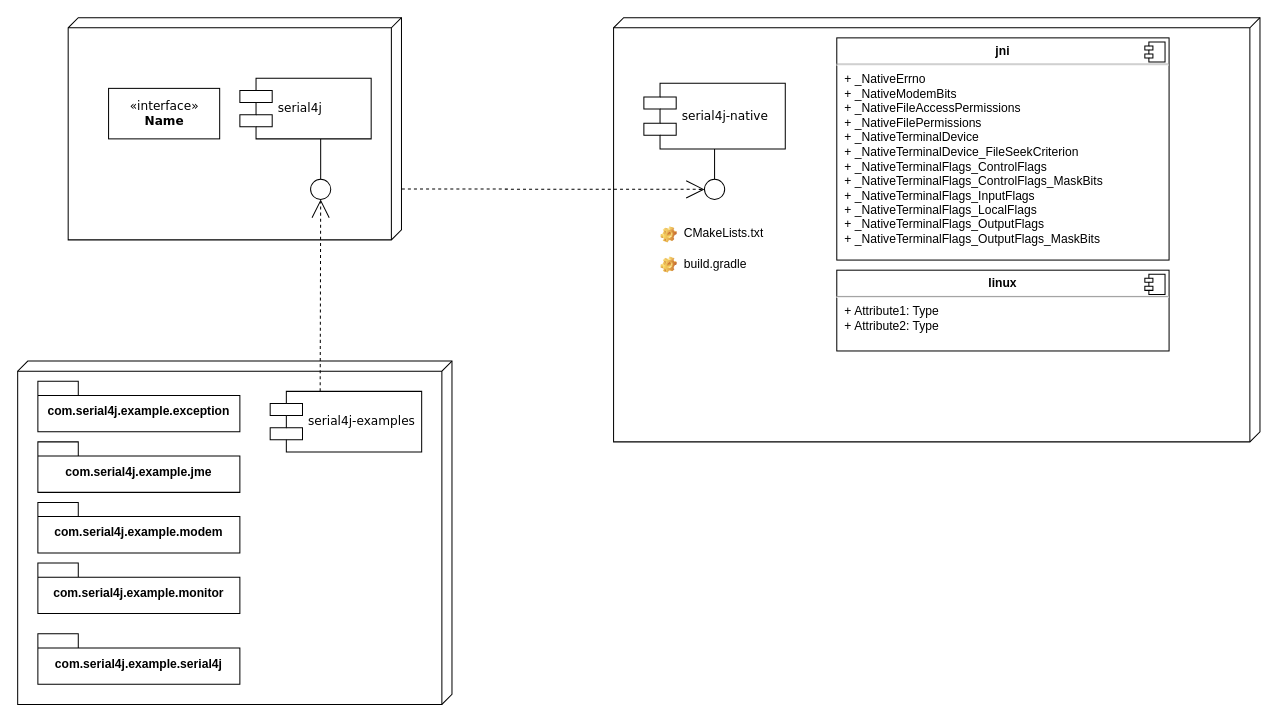
Earlier version of the draw.io diagram .repo-resources/abstraction-layer/byte-flow-architecture.drawio (Electrostat-Lab/Serial4j). Source tidied: cells renumbered, new cells numbered last; positions are measured from the earlier drawing's top-left corner, leaving out a move shared by most shapes. Both pictures are drawn from the tidied source at 101%, with x=0, y=0 at pixel (17, 17).
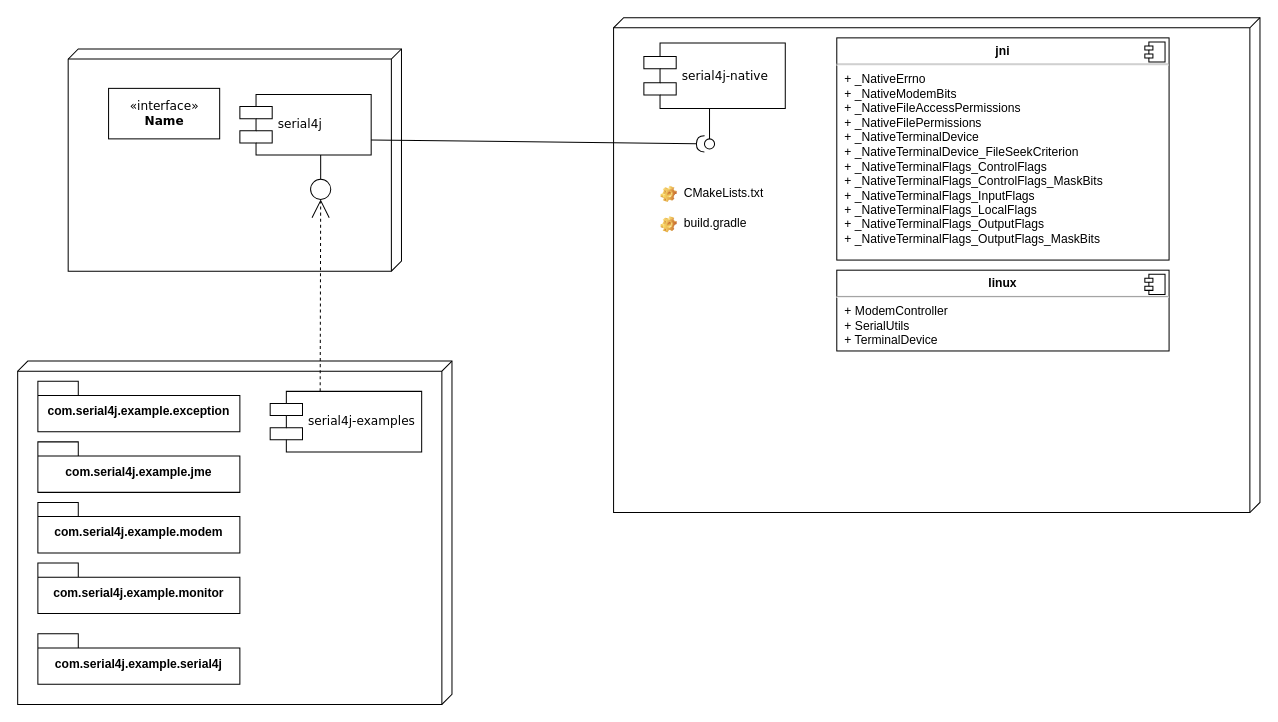
After the change.

Commit message:
byte-flow-architecture: provided-required relationship

What changed in the source:
```diff
@@
     <mxCell id="2" style="verticalAlign=top;align=left;spacingTop=8;spacingLeft=2;spacingRight=12;shape=cube;size=10;direction=south;fontStyle=4;html=1;rounded=0;shadow=0;comic=0;labelBackgroundColor=none;strokeWidth=1;fontFamily=Verdana;fontSize=12;" parent="1" vertex="1">
-      <mxGeometry x="50" width="330" height="220" as="geometry" />
+      <mxGeometry x="50" y="31" width="330" height="220" as="geometry" />
     </mxCell>
     <mxCell id="3" style="verticalAlign=top;align=left;spacingTop=8;spacingLeft=2;spacingRight=12;shape=cube;size=10;direction=south;fontStyle=4;html=1;rounded=0;shadow=0;comic=0;labelBackgroundColor=none;strokeWidth=1;fontFamily=Verdana;fontSize=12;" parent="1" vertex="1">
-      <mxGeometry x="590" width="640" height="420" as="geometry" />
+      <mxGeometry x="590" width="640" height="490" as="geometry" />
     </mxCell>
@@
     <mxCell id="6" value="serial4j" style="shape=component;align=left;spacingLeft=36;rounded=0;shadow=0;comic=0;labelBackgroundColor=none;strokeWidth=1;fontFamily=Verdana;fontSize=12;html=1;" parent="1" vertex="1">
-      <mxGeometry x="220" y="60" width="130" height="60" as="geometry" />
+      <mxGeometry x="220" y="76" width="130" height="60" as="geometry" />
     </mxCell>
@@
     <mxCell id="8" value="serial4j-native" style="shape=component;align=left;spacingLeft=36;rounded=0;shadow=0;comic=0;labelBackgroundColor=none;strokeWidth=1;fontFamily=Verdana;fontSize=12;html=1;" parent="1" vertex="1">
-      <mxGeometry x="620" y="65" width="140" height="65" as="geometry" />
+      <mxGeometry x="620" y="25" width="140" height="65" as="geometry" />
     </mxCell>
     <mxCell id="9" style="ellipse;whiteSpace=wrap;html=1;rounded=0;shadow=0;comic=0;labelBackgroundColor=none;strokeWidth=1;fontFamily=Verdana;fontSize=12;align=center;" parent="1" vertex="1">
-      <mxGeometry x="680" y="160" width="20" height="20" as="geometry" />
+      <mxGeometry x="680" y="120" width="10" height="10" as="geometry" />
     </mxCell>
@@
-    <mxCell id="19" style="edgeStyle=none;rounded=0;html=1;dashed=1;labelBackgroundColor=none;startArrow=none;startFill=0;startSize=8;endArrow=open;endFill=0;endSize=16;fontFamily=Verdana;fontSize=12;exitX=0.771;exitY=-0.001;exitDx=0;exitDy=0;exitPerimeter=0;" parent="1" edge="1" source="2" target="9">
-      <mxGeometry relative="1" as="geometry" />
-    </mxCell>
     <mxCell id="20" value="CMakeLists.txt" style="label;fontStyle=0;strokeColor=none;fillColor=none;align=left;verticalAlign=top;overflow=hidden;spacingLeft=28;spacingRight=4;imageWidth=16;imageHeight=16;whiteSpace=wrap;html=1;image=img/clipart/Gear_128x128.png;" parent="1" vertex="1">
-      <mxGeometry x="630" y="200" width="140" height="30" as="geometry" />
+      <mxGeometry x="630" y="160" width="140" height="30" as="geometry" />
     </mxCell>
     <mxCell id="21" value="build.gradle" style="label;fontStyle=0;strokeColor=none;fillColor=none;align=left;verticalAlign=top;overflow=hidden;spacingLeft=28;spacingRight=4;imageWidth=16;imageHeight=16;whiteSpace=wrap;html=1;image=img/clipart/Gear_128x128.png;" parent="1" vertex="1">
-      <mxGeometry x="630" y="230" width="140" height="30" as="geometry" />
+      <mxGeometry x="630" y="190" width="140" height="30" as="geometry" />
     </mxCell>
-    <mxCell id="22" value="&lt;p style=&quot;margin:0px;margin-top:6px;text-align:center;&quot;&gt;&lt;b&gt;linux&lt;/b&gt;&lt;/p&gt;&lt;hr&gt;&lt;p style=&quot;margin:0px;margin-left:8px;&quot;&gt;+ Attribute1: Type&lt;br&gt;+ Attribute2: Type&lt;/p&gt;" style="align=left;overflow=fill;html=1;whiteSpace=wrap;" parent="1" vertex="1">
+    <mxCell id="22" value="&lt;p style=&quot;margin:0px;margin-top:6px;text-align:center;&quot;&gt;&lt;b&gt;linux&lt;/b&gt;&lt;/p&gt;&lt;hr&gt;&lt;p style=&quot;margin:0px;margin-left:8px;&quot;&gt;+ ModemController&lt;br&gt;+ SerialUtils&lt;/p&gt;&lt;p style=&quot;margin:0px;margin-left:8px;&quot;&gt;+ TerminalDevice&lt;/p&gt;" style="align=left;overflow=fill;html=1;whiteSpace=wrap;" parent="1" vertex="1">
       <mxGeometry x="811" y="250" width="329" height="80" as="geometry" />
     </mxCell>
@@
+    <mxCell id="26" style="rounded=0;jettySize=auto;html=1;endArrow=halfCircle;endFill=0;endSize=6;strokeWidth=1;sketch=0;fontSize=12;curved=1;exitX=1;exitY=0.75;exitDx=0;exitDy=0;" parent="1" edge="1" source="6" target="9">
+      <mxGeometry relative="1" as="geometry" />
+    </mxCell>
+    <mxCell id="27" style="ellipse;whiteSpace=wrap;html=1;align=center;fillColor=none;strokeColor=none;perimeter=centerPerimeter;" parent="1" vertex="1">
+      <mxGeometry x="340" y="220" width="10" height="10" as="geometry" />
+    </mxCell>
```
